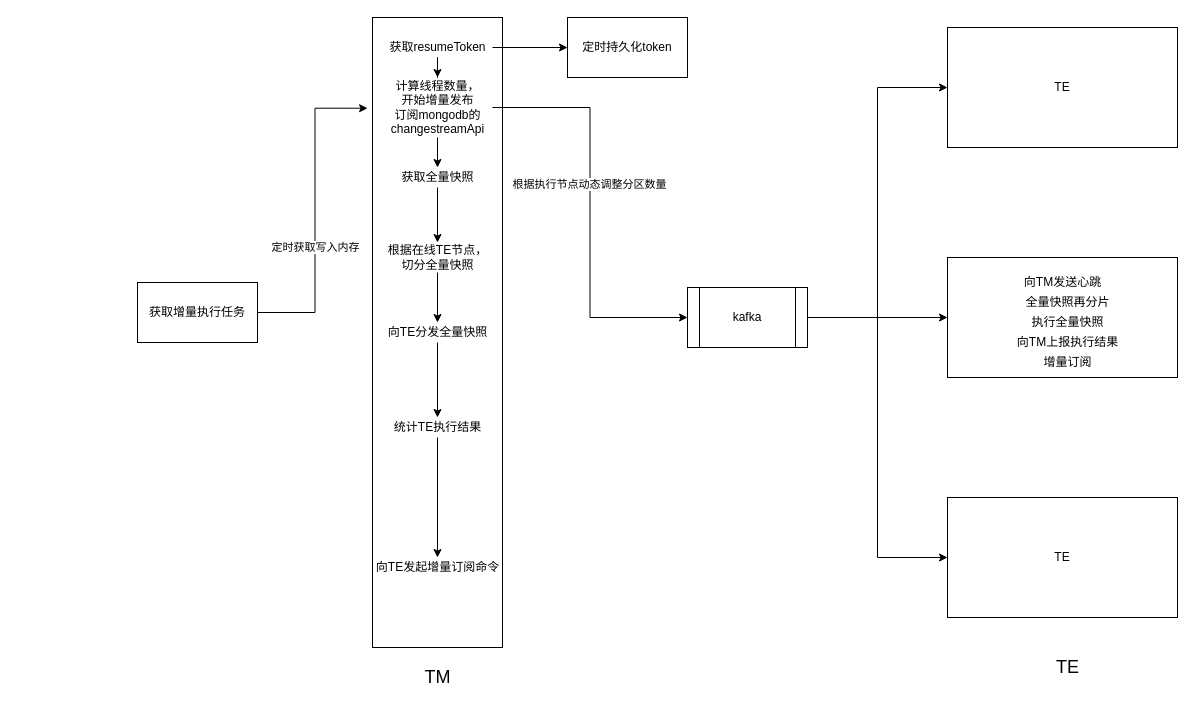
KenyonZ/draw keeps this draw.io diagram as tiger.drawio. Above is the earlier version. Source tidied: cells renumbered, new cells numbered last; positions are measured from the earlier drawing's top-left corner, leaving out a move shared by most shapes. Both pictures are drawn from the tidied source at 100%, with x=0, y=0 at pixel (137, 17).
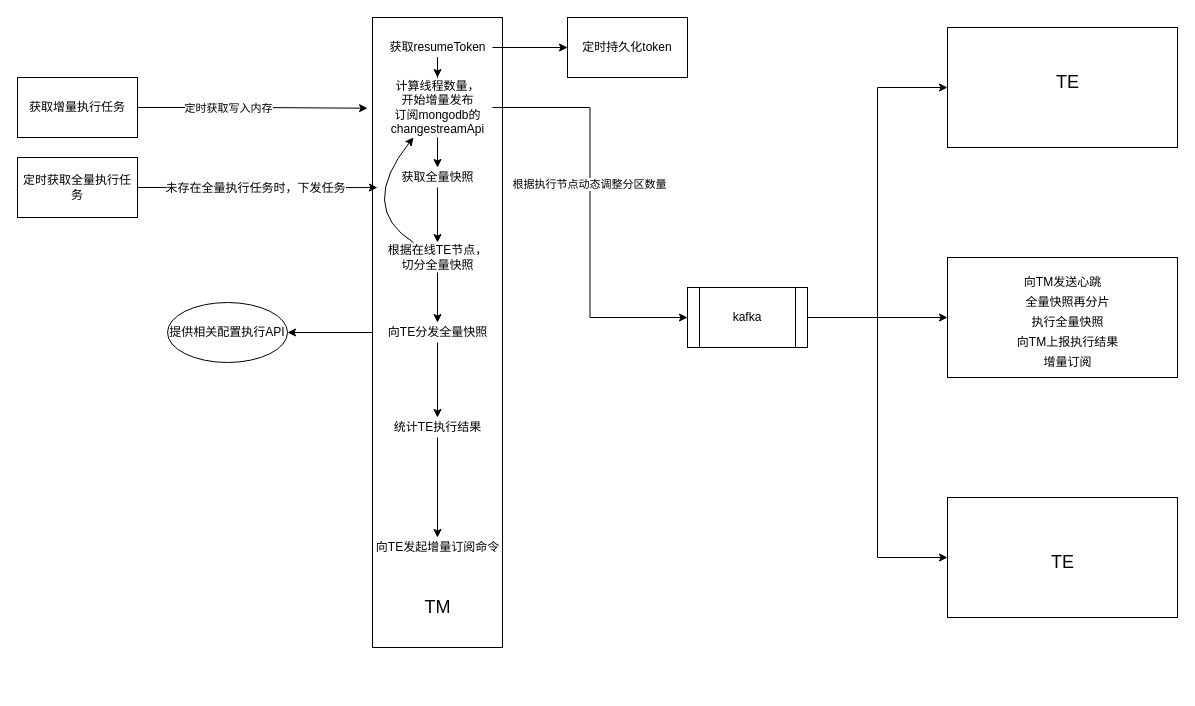
After the change.

Unchanged cells that the change refers to:
```xml
<mxCell id="2" style="rounded=0;whiteSpace=wrap;html=1;" parent="1" vertex="1">
  <mxGeometry x="235" width="130" height="630" as="geometry" />
</mxCell>
<mxCell id="12" value="根据在线TE节点，&lt;br&gt;切分全量快照" style="text;html=1;align=center;verticalAlign=middle;points=[];strokeColor=none;fillColor=none;" parent="1" vertex="1">
  <mxGeometry x="245" y="225" width="110" height="30" as="geometry" />
</mxCell>
<mxCell id="19" value="计算线程数量，&lt;br&gt;开始增量发布&lt;br&gt;订阅mongodb的&lt;br&gt;changestreamApi" style="text;html=1;align=center;verticalAlign=middle;points=[];strokeColor=none;fillColor=none;" parent="1" vertex="1">
  <mxGeometry x="245" y="60" width="110" height="60" as="geometry" />
</mxCell>
```

Change to the diagram source:
```diff
@@
+    <mxCell id="37" style="edgeStyle=orthogonalEdgeStyle;rounded=0;jettySize=auto;html=1;fontSize=12;" parent="1" edge="1" source="2" target="43">
+      <mxGeometry relative="1" as="geometry" />
+    </mxCell>
@@
-    <mxCell id="3" value="TE" style="rounded=0;whiteSpace=wrap;html=1;" parent="1" vertex="1">
+    <mxCell id="3" style="rounded=0;whiteSpace=wrap;html=1;" parent="1" vertex="1">
       <mxGeometry x="810" y="10" width="230" height="120" as="geometry" />
     </mxCell>
@@
-    <mxCell id="5" value="TE" style="rounded=0;whiteSpace=wrap;html=1;" parent="1" vertex="1">
+    <mxCell id="5" style="rounded=0;whiteSpace=wrap;html=1;" parent="1" vertex="1">
       <mxGeometry x="810" y="480" width="230" height="120" as="geometry" />
     </mxCell>
@@
     <mxCell id="15" value="向TE发起增量订阅命令" style="text;html=1;align=center;verticalAlign=middle;points=[];strokeColor=none;fillColor=none;" parent="1" vertex="1">
-      <mxGeometry x="230" y="540" width="140" height="20" as="geometry" />
+      <mxGeometry x="230" y="520" width="140" height="20" as="geometry" />
     </mxCell>
@@
     <mxCell id="25" value="获取增量执行任务" style="whiteSpace=wrap;html=1;" parent="1" vertex="1">
-      <mxGeometry y="265" width="120" height="60" as="geometry" />
+      <mxGeometry x="-120" y="60" width="120" height="60" as="geometry" />
     </mxCell>
@@
+    <mxCell id="36" value="TE" style="text;html=1;align=center;verticalAlign=middle;strokeColor=none;fillColor=none;fontSize=18;" parent="1" vertex="1">
+      <mxGeometry x="905" y="530" width="40" height="30" as="geometry" />
+    </mxCell>
+    <mxCell id="38" style="edgeStyle=orthogonalEdgeStyle;rounded=0;jettySize=auto;html=1;entryX=0.038;entryY=0.27;entryDx=0;entryDy=0;entryPerimeter=0;fontSize=12;" parent="1" edge="1" source="40" target="2">
+      <mxGeometry relative="1" as="geometry" />
+    </mxCell>
+    <mxCell id="39" value="未存在全量执行任务时，下发任务" style="edgeLabel;html=1;align=center;verticalAlign=middle;fontSize=12;" parent="38" vertex="1">
+      <mxGeometry x="0.09" y="-3" relative="1" as="geometry">
+        <mxPoint x="-13" y="-3" as="offset" />
+      </mxGeometry>
+    </mxCell>
+    <mxCell id="40" value="定时获取全量执行任务" style="whiteSpace=wrap;html=1;" parent="1" vertex="1">
+      <mxGeometry x="-120" y="140" width="120" height="60" as="geometry" />
+    </mxCell>
+    <mxCell id="41" style="curved=1;endArrow=classic;html=1;rounded=0;fontSize=12;" parent="1" edge="1" source="12" target="19">
+      <mxGeometry relative="1" as="geometry">
+        <Array as="points">
+          <mxPoint x="220" y="190" />
+        </Array>
+      </mxGeometry>
+    </mxCell>
     <mxCell id="35" value="&lt;font style=&quot;font-size: 18px&quot;&gt;TM&lt;/font&gt;" style="text;html=1;align=center;verticalAlign=middle;strokeColor=none;fillColor=none;" parent="1" vertex="1">
-      <mxGeometry x="280" y="650" width="40" height="20" as="geometry" />
+      <mxGeometry x="280" y="580" width="40" height="20" as="geometry" />
     </mxCell>
-    <mxCell id="36" value="TE" style="text;html=1;align=center;verticalAlign=middle;strokeColor=none;fillColor=none;fontSize=18;" parent="1" vertex="1">
-      <mxGeometry x="910" y="635" width="40" height="30" as="geometry" />
-    </mxCell>
+    <mxCell id="42" value="TE" style="text;html=1;align=center;verticalAlign=middle;strokeColor=none;fillColor=none;fontSize=18;" parent="1" vertex="1">
+      <mxGeometry x="910" y="50" width="40" height="30" as="geometry" />
+    </mxCell>
+    <mxCell id="43" value="提供相关配置执行API" style="ellipse;whiteSpace=wrap;html=1;rounded=0;" parent="1" vertex="1">
+      <mxGeometry x="30" y="285" width="120" height="60" as="geometry" />
+    </mxCell>
```
